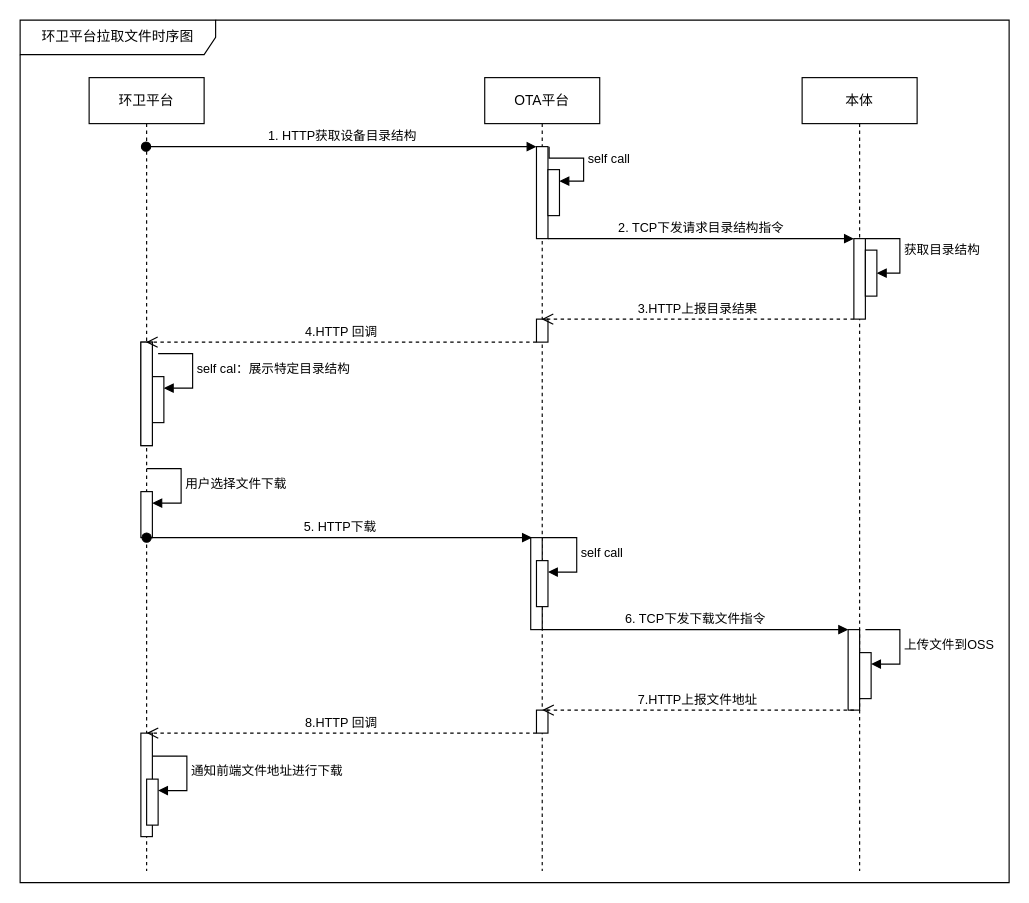
The draw.io diagram 未命名绘图.drawio in leegaox/draw, before the edit. Source tidied: cells renumbered, new cells numbered last; positions are measured from the earlier drawing's top-left corner, leaving out a move shared by most shapes. Both pictures are drawn from the tidied source at 115%, with x=0, y=0 at pixel (20, 20).
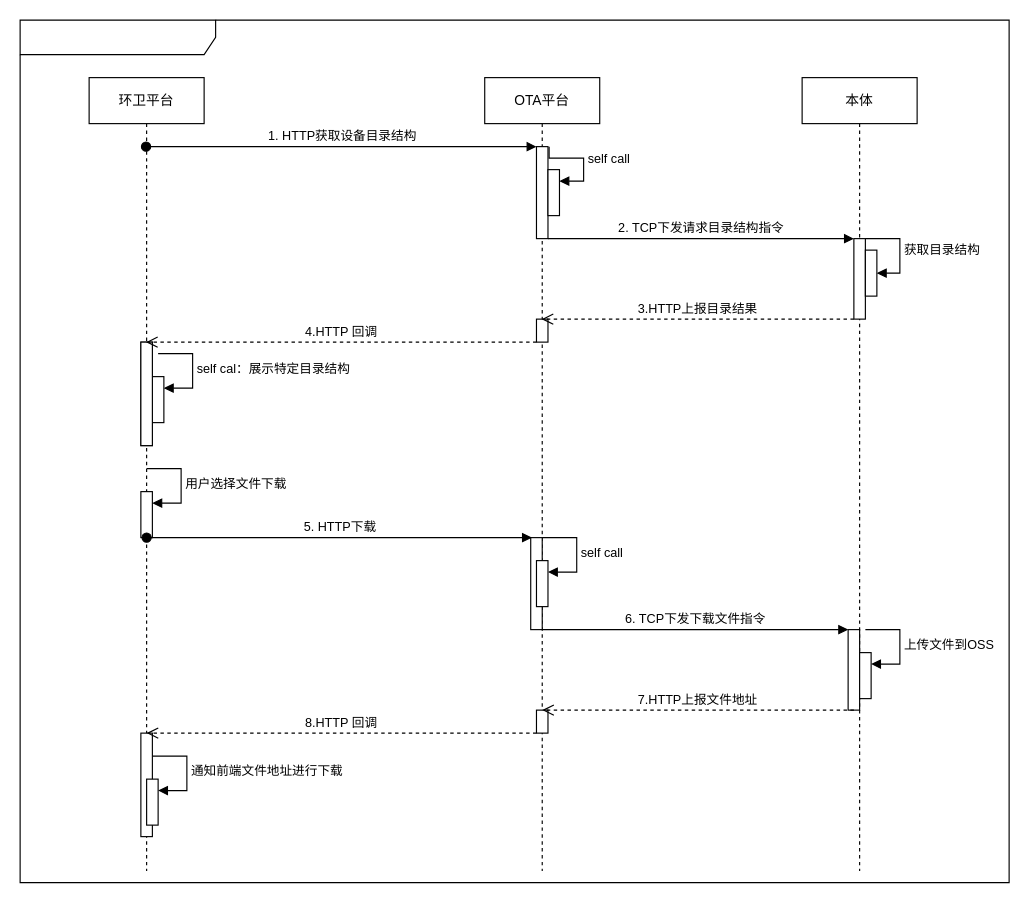
After the change.

Commit message:
更新未命名绘图.drawio

The edit, as a diff of the source:
```diff
@@
-    <mxCell id="3" value="环卫平台拉取文件时序图" style="shape=umlFrame;whiteSpace=wrap;html=1;width=170;height=30;" parent="1" vertex="1">
+    <mxCell id="3" style="shape=umlFrame;whiteSpace=wrap;html=1;width=170;height=30;" parent="1" vertex="1">
       <mxGeometry width="860" height="750" as="geometry" />
     </mxCell>
```
